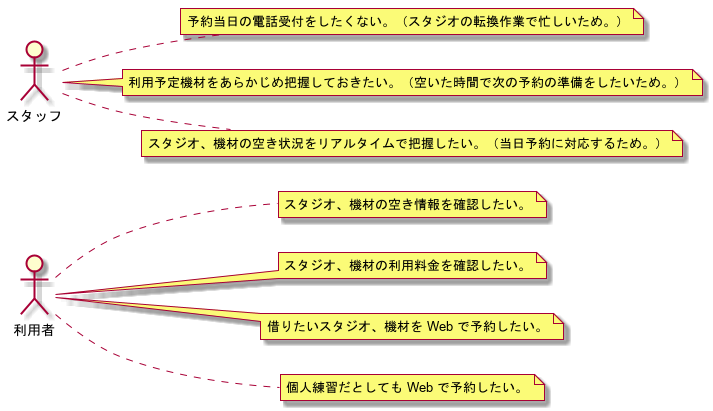
TakashiOnawa/ddd-practice-studio-reservation keeps this PlantUML diagram as modeling/02_RequirementModel/RequirementModel.png. Above is the earlier version.
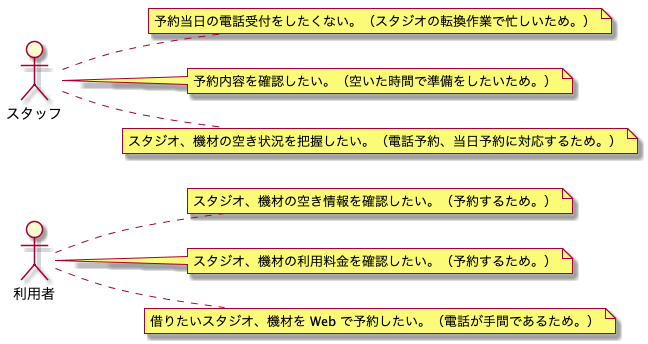
After the change.

Change to the diagram source:
```diff
@@ -3,19 +3,17 @@
 left to right direction
 
 actor 利用者
-note right : スタジオ、機材の空き情報を確認したい。
+note right : スタジオ、機材の空き情報を確認したい。（予約するため。）
 actor 利用者
-note right : スタジオ、機材の利用料金を確認したい。
+note right : スタジオ、機材の利用料金を確認したい。（予約するため。）
 actor 利用者
-note right : 借りたいスタジオ、機材を Web で予約したい。
-actor 利用者
-note right : 個人練習だとしても Web で予約したい。
+note right : 借りたいスタジオ、機材を Web で予約したい。（電話が手間であるため。）
 
 actor スタッフ
 note right : 予約当日の電話受付をしたくない。（スタジオの転換作業で忙しいため。）
 actor スタッフ
-note right : 利用予定機材をあらかじめ把握しておきたい。（空いた時間で次の予約の準備をしたいため。）
+note right : 予約内容を確認したい。（空いた時間で準備をしたいため。）
 actor スタッフ
-note right : スタジオ、機材の空き状況をリアルタイムで把握したい。（当日予約に対応するため。）
+note right : スタジオ、機材の空き状況を把握したい。（電話予約、当日予約に対応するため。）
 
 @enduml
```
